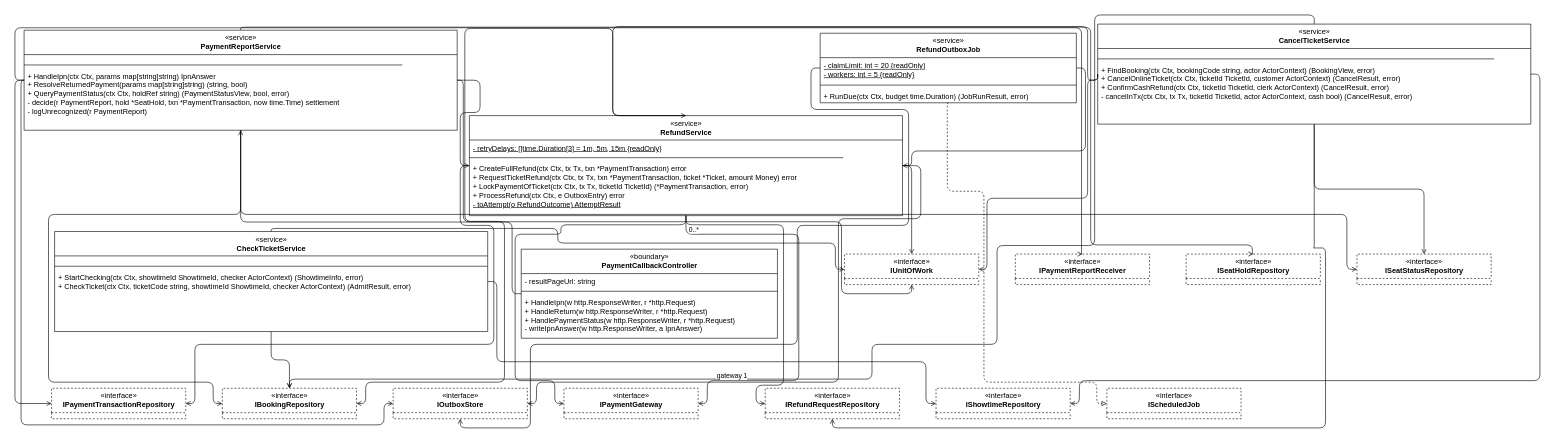
luytbq/app-dat-ve-xem-phim keeps this draw.io diagram as design/diagrams/P12-class-PKG-12-PKG-14-PKG-15.drawio. Above is the earlier version. Source tidied: cells renumbered, new cells numbered last; positions are measured from the earlier drawing's top-left corner, leaving out a move shared by most shapes. Both pictures are drawn from the tidied source at 61%, with x=0, y=0 at pixel (15, 15).
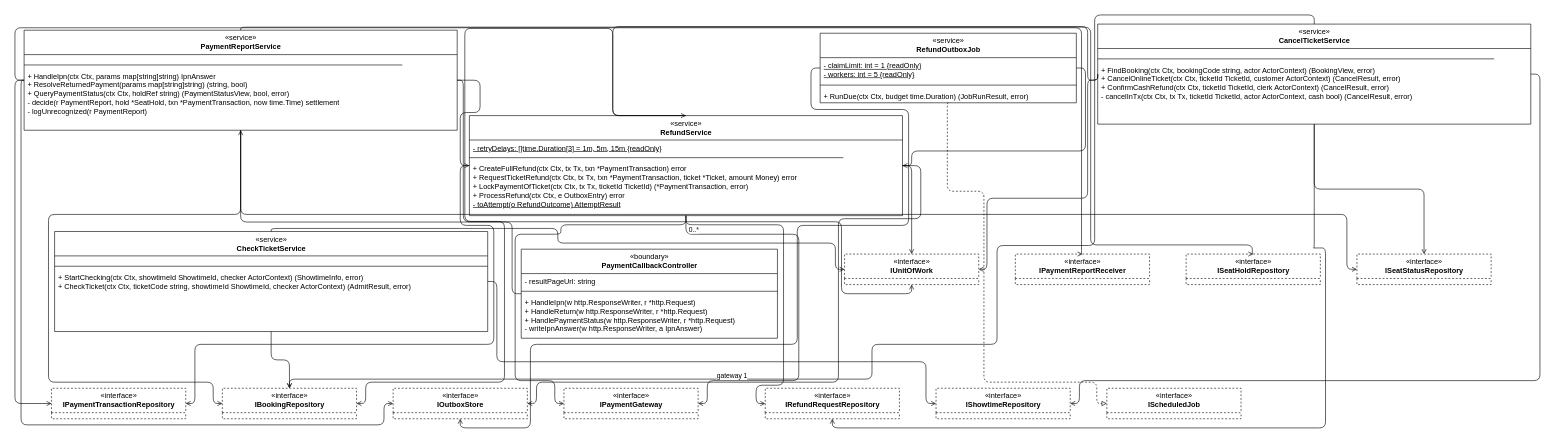
The same diagram, later.

The change refers to these unchanged cells:
```xml
<mxCell id="10" value="«service»&lt;br&gt;&lt;b&gt;RefundOutboxJob&lt;/b&gt;" style="swimlane;fontStyle=0;align=center;horizontal=1;startSize=40;html=1;" parent="1" vertex="1">
  <mxGeometry x="1320" y="30" width="420" height="114" as="geometry" />
</mxCell>
```

Change to the diagram source:
```diff
@@
-    <mxCell id="11" value="&lt;u&gt;- claimLimit: int = 20 {readOnly}&lt;/u&gt;&lt;br&gt;&lt;u&gt;- workers: int = 5 {readOnly}&lt;/u&gt;" style="text;strokeColor=none;fillColor=none;align=left;verticalAlign=top;spacingLeft=4;spacingRight=4;overflow=hidden;whiteSpace=wrap;html=1;" parent="10" vertex="1">
+    <mxCell id="11" value="&lt;u&gt;- claimLimit: int = 1 {readOnly}&lt;/u&gt;&lt;br&gt;&lt;u&gt;- workers: int = 5 {readOnly}&lt;/u&gt;" style="text;strokeColor=none;fillColor=none;align=left;verticalAlign=top;spacingLeft=4;spacingRight=4;overflow=hidden;whiteSpace=wrap;html=1;" parent="10" vertex="1">
       <mxGeometry y="40" width="420" height="40" as="geometry" />
     </mxCell>
```
